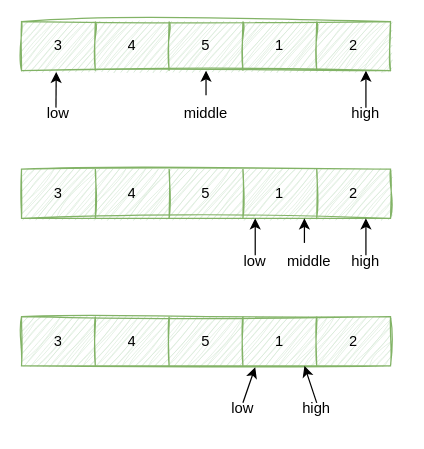
jiandanfeng/file_viewer keeps this draw.io diagram as 未命名绘图.drawio. Above is the earlier version. Source tidied: cells renumbered, new cells numbered last; positions are measured from the earlier drawing's top-left corner, leaving out a move shared by most shapes. Both pictures are drawn from the tidied source at 123%, with x=0, y=0 at pixel (21, 21).
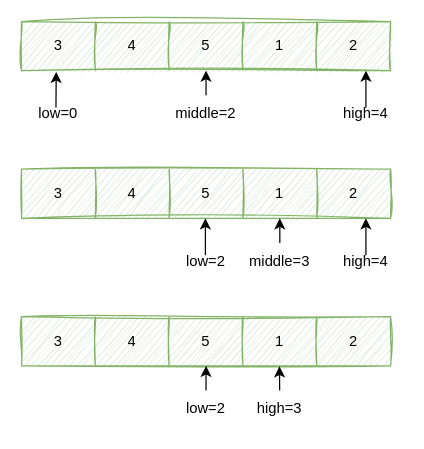
The same page after the edit.

Commit message (it also covers changes not shown here):
更新未命名绘图.drawio

Unchanged cells that the change refers to:
```xml
<mxCell id="29" style="shape=tableRow;horizontal=0;startSize=0;swimlaneHead=0;swimlaneBody=0;strokeColor=inherit;top=0;left=0;bottom=0;right=0;fillColor=none;points=[[0,0.5],[1,0.5]];portConstraint=eastwest;" parent="28" vertex="1">
  <mxGeometry width="300" height="40" as="geometry" />
</mxCell>
```

Diff of the diagram source:
```diff
@@
-    <mxCell id="11" value="low" style="text;html=1;align=center;verticalAlign=middle;whiteSpace=wrap;rounded=0;" parent="1" vertex="1">
+    <mxCell id="11" value="low=0" style="text;html=1;align=center;verticalAlign=middle;whiteSpace=wrap;rounded=0;" parent="1" vertex="1">
       <mxGeometry y="60" width="60" height="30" as="geometry" />
     </mxCell>
-    <mxCell id="12" value="high" style="text;html=1;align=center;verticalAlign=middle;whiteSpace=wrap;rounded=0;" parent="1" vertex="1">
+    <mxCell id="12" value="high=4" style="text;html=1;align=center;verticalAlign=middle;whiteSpace=wrap;rounded=0;" parent="1" vertex="1">
       <mxGeometry x="250" y="60" width="60" height="30" as="geometry" />
     </mxCell>
-    <mxCell id="13" value="middle" style="text;html=1;align=center;verticalAlign=middle;whiteSpace=wrap;rounded=0;" parent="1" vertex="1">
+    <mxCell id="13" value="middle=2" style="text;html=1;align=center;verticalAlign=middle;whiteSpace=wrap;rounded=0;" parent="1" vertex="1">
       <mxGeometry x="120" y="60" width="60" height="30" as="geometry" />
     </mxCell>
@@
     <mxCell id="22" style="endArrow=classic;html=1;rounded=0;" parent="1" edge="1">
       <mxGeometry relative="1" as="geometry">
-        <mxPoint x="190" y="190" as="sourcePoint" />
-        <mxPoint x="190" y="160" as="targetPoint" />
+        <mxPoint x="149.5" y="190" as="sourcePoint" />
+        <mxPoint x="149.5" y="160" as="targetPoint" />
       </mxGeometry>
     </mxCell>
@@
-    <mxCell id="24" value="high" style="text;html=1;align=center;verticalAlign=middle;whiteSpace=wrap;rounded=0;" parent="1" vertex="1">
+    <mxCell id="24" value="high=4" style="text;html=1;align=center;verticalAlign=middle;whiteSpace=wrap;rounded=0;" parent="1" vertex="1">
       <mxGeometry x="250" y="180" width="60" height="30" as="geometry" />
     </mxCell>
     <mxCell id="25" style="endArrow=classic;html=1;rounded=0;" parent="1" edge="1">
       <mxGeometry relative="1" as="geometry">
-        <mxPoint x="230" y="180" as="sourcePoint" />
-        <mxPoint x="230" y="160" as="targetPoint" />
+        <mxPoint x="210" y="180" as="sourcePoint" />
+        <mxPoint x="210" y="160" as="targetPoint" />
       </mxGeometry>
     </mxCell>
-    <mxCell id="26" value="low" style="text;html=1;align=center;verticalAlign=middle;whiteSpace=wrap;rounded=0;" parent="1" vertex="1">
-      <mxGeometry x="160" y="180" width="60" height="30" as="geometry" />
+    <mxCell id="26" value="low&lt;span style=&quot;background-color: initial;&quot;&gt;=2&lt;/span&gt;" style="text;html=1;align=center;verticalAlign=middle;whiteSpace=wrap;rounded=0;" parent="1" vertex="1">
+      <mxGeometry x="120" y="180" width="60" height="30" as="geometry" />
     </mxCell>
-    <mxCell id="27" value="middle" style="text;html=1;align=center;verticalAlign=middle;whiteSpace=wrap;rounded=0;" parent="1" vertex="1">
-      <mxGeometry x="204" y="180" width="60" height="30" as="geometry" />
+    <mxCell id="27" value="middle=3" style="text;html=1;align=center;verticalAlign=middle;whiteSpace=wrap;rounded=0;" parent="1" vertex="1">
+      <mxGeometry x="180" y="180" width="60" height="30" as="geometry" />
     </mxCell>
@@
-    <mxCell id="35" style="endArrow=classic;html=1;rounded=0;" parent="1" edge="1">
+    <mxCell id="35" style="endArrow=classic;html=1;rounded=0;" parent="1" edge="1" source="38">
       <mxGeometry relative="1" as="geometry">
-        <mxPoint x="180" y="310" as="sourcePoint" />
-        <mxPoint x="190" y="281" as="targetPoint" />
+        <mxPoint x="150" y="280" as="targetPoint" />
       </mxGeometry>
     </mxCell>
-    <mxCell id="36" value="high" style="text;html=1;align=center;verticalAlign=middle;whiteSpace=wrap;rounded=0;" parent="1" vertex="1">
-      <mxGeometry x="210" y="300" width="60" height="30" as="geometry" />
+    <mxCell id="36" value="high=3" style="text;html=1;align=center;verticalAlign=middle;whiteSpace=wrap;rounded=0;" parent="1" vertex="1">
+      <mxGeometry x="180" y="300" width="60" height="30" as="geometry" />
     </mxCell>
-    <mxCell id="37" style="endArrow=classic;html=1;rounded=0;" parent="1" edge="1">
-      <mxGeometry relative="1" as="geometry">
-        <mxPoint x="240" y="310" as="sourcePoint" />
-        <mxPoint x="230" y="280" as="targetPoint" />
-      </mxGeometry>
+    <mxCell id="37" style="endArrow=classic;html=1;rounded=0;entryX=0.699;entryY=1.008;entryDx=0;entryDy=0;entryPerimeter=0;" parent="1" edge="1" source="36" target="29">
+      <mxGeometry relative="1" as="geometry" />
     </mxCell>
-    <mxCell id="38" value="low" style="text;html=1;align=center;verticalAlign=middle;whiteSpace=wrap;rounded=0;" parent="1" vertex="1">
-      <mxGeometry x="150" y="300" width="60" height="30" as="geometry" />
+    <mxCell id="38" value="low=2" style="text;html=1;align=center;verticalAlign=middle;whiteSpace=wrap;rounded=0;" parent="1" vertex="1">
+      <mxGeometry x="120" y="300" width="60" height="30" as="geometry" />
     </mxCell>
```
